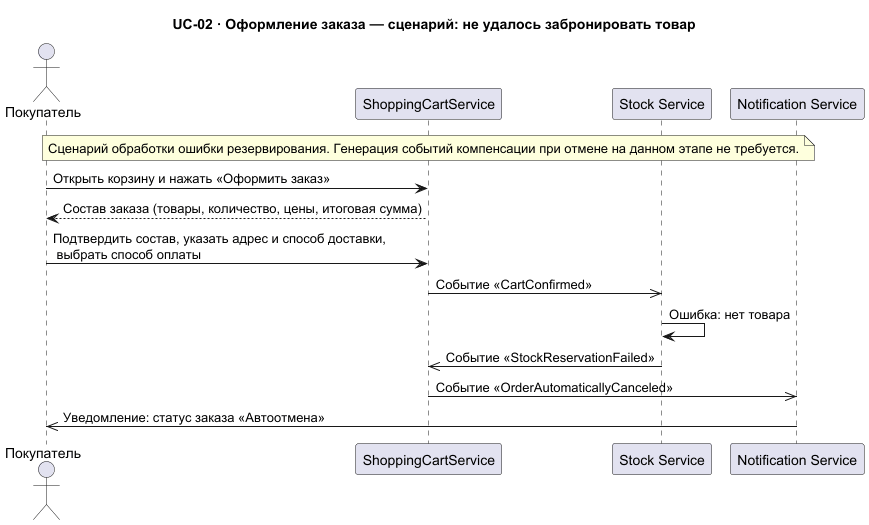
Before: Task1/seq-order-placement-choreography-stock-reservation-failed.png, a diagram exported from PlantUML (Babikoff/MSA-3-NovaMarket).
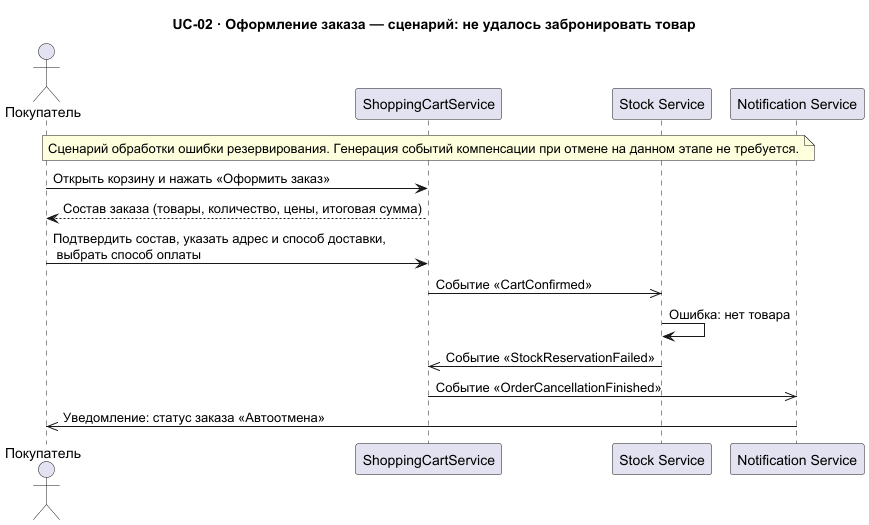
The same file after the commit.

Diff of the diagram source:
```diff
@@ -17,7 +17,7 @@
 StockService -> StockService : Ошибка: нет товара
 StockService ->> ShoppingCartService : Событие «StockReservationFailed»
 
-ShoppingCartService ->> NotificationService : Событие «OrderAutomaticallyCanceled»
+ShoppingCartService ->> NotificationService : Событие «OrderCancellationFinished»
 NotificationService ->> buyer : Уведомление: статус заказа «Автоотмена»
 
 @enduml
```
